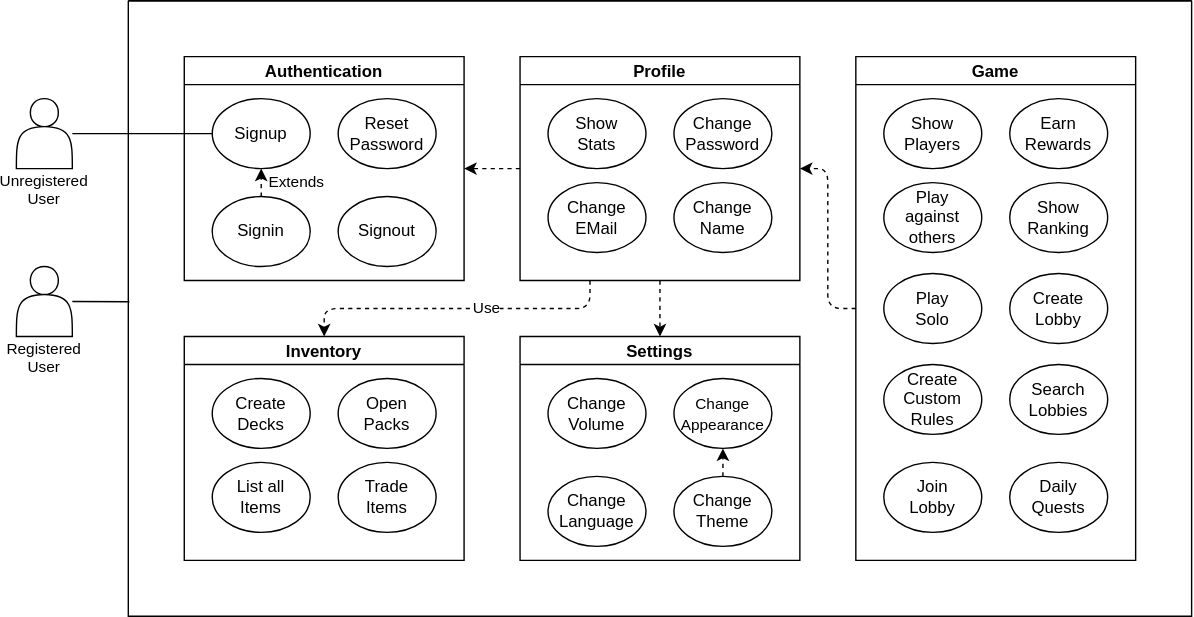
i3ene/decksterous keeps this draw.io diagram as diagrams/use_case_diagram.drawio.svg. Above is the earlier version. Source tidied: cells renumbered, new cells last; positions are measured from the earlier drawing's top-left corner, leaving out a move shared by most shapes. The source it was exported from:
```xml
<mxGraphModel background="#FFFFFF">
  <root>
    <mxCell id="0" />
    <mxCell id="1" parent="0" />
    <mxCell id="2" style="edgeStyle=none;html=1;endArrow=none;endFill=0;entryX=0.001;entryY=0.489;entryDx=0;entryDy=0;entryPerimeter=0;" parent="1" edge="1" source="3" target="6">
      <mxGeometry relative="1" as="geometry" />
    </mxCell>
    <mxCell id="3" value="Registered&lt;br style=&quot;font-size: 11px;&quot;&gt;User" style="shape=actor;whiteSpace=wrap;html=1;spacingTop=46;verticalAlign=top;fontSize=11;" parent="1" vertex="1">
      <mxGeometry y="190" width="40" height="50" as="geometry" />
    </mxCell>
    <mxCell id="4" value="Unregistered&lt;br style=&quot;font-size: 11px;&quot;&gt;User" style="shape=actor;whiteSpace=wrap;html=1;spacingTop=46;verticalAlign=top;fontSize=11;" parent="1" vertex="1">
      <mxGeometry y="70" width="40" height="50" as="geometry" />
    </mxCell>
    <mxCell id="5" style="edgeStyle=none;html=1;exitX=0;exitY=0.5;exitDx=0;exitDy=0;endArrow=none;endFill=0;" parent="1" edge="1" source="19" target="4">
      <mxGeometry relative="1" as="geometry" />
    </mxCell>
    <mxCell id="6" style="swimlane;startSize=0;" parent="1" vertex="1">
      <mxGeometry x="80" width="760" height="440" as="geometry" />
    </mxCell>
    <mxCell id="7" value="Settings" style="swimlane;startSize=20;" parent="6" vertex="1">
      <mxGeometry x="280" y="240" width="200" height="160" as="geometry" />
    </mxCell>
    <mxCell id="8" value="Change&lt;br&gt;Volume" style="ellipse;whiteSpace=wrap;html=1;" parent="7" vertex="1">
      <mxGeometry x="20" y="30" width="70" height="50" as="geometry" />
    </mxCell>
    <mxCell id="9" style="edgeStyle=orthogonalEdgeStyle;html=1;exitX=0.5;exitY=0;exitDx=0;exitDy=0;entryX=0.5;entryY=1;entryDx=0;entryDy=0;dashed=1;strokeWidth=1;" parent="7" edge="1" source="10" target="11">
      <mxGeometry relative="1" as="geometry" />
    </mxCell>
    <mxCell id="10" value="Change&lt;br&gt;Theme" style="ellipse;whiteSpace=wrap;html=1;" parent="7" vertex="1">
      <mxGeometry x="110" y="100" width="70" height="50" as="geometry" />
    </mxCell>
    <mxCell id="11" value="&lt;font style=&quot;font-size: 11px&quot;&gt;Change&lt;br&gt;Appearance&lt;/font&gt;" style="ellipse;whiteSpace=wrap;html=1;" parent="7" vertex="1">
      <mxGeometry x="110" y="30" width="70" height="50" as="geometry" />
    </mxCell>
    <mxCell id="12" value="Change&lt;br&gt;Language" style="ellipse;whiteSpace=wrap;html=1;" parent="7" vertex="1">
      <mxGeometry x="20" y="100" width="70" height="50" as="geometry" />
    </mxCell>
    <mxCell id="13" value="Inventory" style="swimlane;startSize=20;" parent="6" vertex="1">
      <mxGeometry x="40" y="240" width="200" height="160" as="geometry" />
    </mxCell>
    <mxCell id="14" value="Create Decks" style="ellipse;whiteSpace=wrap;html=1;" parent="13" vertex="1">
      <mxGeometry x="20" y="30" width="70" height="50" as="geometry" />
    </mxCell>
    <mxCell id="15" value="Open&lt;br&gt;Packs" style="ellipse;whiteSpace=wrap;html=1;" parent="13" vertex="1">
      <mxGeometry x="110" y="30" width="70" height="50" as="geometry" />
    </mxCell>
    <mxCell id="16" value="List all&lt;br&gt;Items" style="ellipse;whiteSpace=wrap;html=1;" parent="13" vertex="1">
      <mxGeometry x="20" y="90" width="70" height="50" as="geometry" />
    </mxCell>
    <mxCell id="17" value="Trade&lt;br&gt;Items" style="ellipse;whiteSpace=wrap;html=1;" parent="13" vertex="1">
      <mxGeometry x="110" y="90" width="70" height="50" as="geometry" />
    </mxCell>
    <mxCell id="18" value="Authentication" style="swimlane;startSize=20;" parent="6" vertex="1">
      <mxGeometry x="40" y="40" width="200" height="160" as="geometry" />
    </mxCell>
    <mxCell id="19" value="Signup" style="ellipse;whiteSpace=wrap;html=1;" parent="18" vertex="1">
      <mxGeometry x="20" y="30" width="70" height="50" as="geometry" />
    </mxCell>
    <mxCell id="20" value="Reset Password" style="ellipse;whiteSpace=wrap;html=1;" parent="18" vertex="1">
      <mxGeometry x="110" y="30" width="70" height="50" as="geometry" />
    </mxCell>
    <mxCell id="21" value="Extends" style="edgeStyle=orthogonalEdgeStyle;html=1;dashed=1;strokeWidth=1;" parent="18" edge="1" source="22" target="19">
      <mxGeometry y="-25" relative="1" as="geometry" />
    </mxCell>
    <mxCell id="22" value="Signin" style="ellipse;whiteSpace=wrap;html=1;" parent="18" vertex="1">
      <mxGeometry x="20" y="100" width="70" height="50" as="geometry" />
    </mxCell>
    <mxCell id="23" value="Signout" style="ellipse;whiteSpace=wrap;html=1;" parent="18" vertex="1">
      <mxGeometry x="110" y="100" width="70" height="50" as="geometry" />
    </mxCell>
    <mxCell id="24" style="edgeStyle=orthogonalEdgeStyle;html=1;exitX=0;exitY=0.5;exitDx=0;exitDy=0;entryX=1;entryY=0.5;entryDx=0;entryDy=0;dashed=1;strokeWidth=1;" parent="6" edge="1" source="25" target="40">
      <mxGeometry relative="1" as="geometry" />
    </mxCell>
    <mxCell id="25" value="Game" style="swimlane;startSize=20;" parent="6" vertex="1">
      <mxGeometry x="520" y="40" width="200" height="360" as="geometry" />
    </mxCell>
    <mxCell id="26" value="Play &lt;br&gt;against&lt;br&gt;others" style="ellipse;whiteSpace=wrap;html=1;" parent="25" vertex="1">
      <mxGeometry x="20" y="90" width="70" height="50" as="geometry" />
    </mxCell>
    <mxCell id="27" value="Earn Rewards" style="ellipse;whiteSpace=wrap;html=1;" parent="25" vertex="1">
      <mxGeometry x="110" y="30" width="70" height="50" as="geometry" />
    </mxCell>
    <mxCell id="28" value="Show Players" style="ellipse;whiteSpace=wrap;html=1;" parent="25" vertex="1">
      <mxGeometry x="20" y="30" width="70" height="50" as="geometry" />
    </mxCell>
    <mxCell id="29" value="Show&lt;br&gt;Ranking" style="ellipse;whiteSpace=wrap;html=1;" parent="25" vertex="1">
      <mxGeometry x="110" y="90" width="70" height="50" as="geometry" />
    </mxCell>
    <mxCell id="30" value="Play&lt;br&gt;Solo" style="ellipse;whiteSpace=wrap;html=1;" parent="25" vertex="1">
      <mxGeometry x="20" y="155" width="70" height="50" as="geometry" />
    </mxCell>
    <mxCell id="31" value="Create&lt;br&gt;Lobby" style="ellipse;whiteSpace=wrap;html=1;" parent="25" vertex="1">
      <mxGeometry x="110" y="155" width="70" height="50" as="geometry" />
    </mxCell>
    <mxCell id="32" value="Create&lt;br&gt;Custom Rules" style="ellipse;whiteSpace=wrap;html=1;" parent="25" vertex="1">
      <mxGeometry x="20" y="220" width="70" height="50" as="geometry" />
    </mxCell>
    <mxCell id="33" value="Search&lt;br&gt;Lobbies" style="ellipse;whiteSpace=wrap;html=1;" parent="25" vertex="1">
      <mxGeometry x="110" y="220" width="70" height="50" as="geometry" />
    </mxCell>
    <mxCell id="34" value="Join&lt;br&gt;Lobby" style="ellipse;whiteSpace=wrap;html=1;" parent="25" vertex="1">
      <mxGeometry x="20" y="290" width="70" height="50" as="geometry" />
    </mxCell>
    <mxCell id="35" value="Daily&lt;br&gt;Quests" style="ellipse;whiteSpace=wrap;html=1;" parent="25" vertex="1">
      <mxGeometry x="110" y="290" width="70" height="50" as="geometry" />
    </mxCell>
    <mxCell id="36" style="edgeStyle=orthogonalEdgeStyle;html=1;exitX=0.25;exitY=1;exitDx=0;exitDy=0;entryX=0.5;entryY=0;entryDx=0;entryDy=0;dashed=1;strokeWidth=1;" parent="6" edge="1" source="40" target="13">
      <mxGeometry relative="1" as="geometry" />
    </mxCell>
    <mxCell id="37" value="Use" style="edgeLabel;html=1;align=center;verticalAlign=middle;" parent="36" vertex="1">
      <mxGeometry x="-0.18" y="-3" relative="1" as="geometry">
        <mxPoint y="3" as="offset" />
      </mxGeometry>
    </mxCell>
    <mxCell id="38" style="edgeStyle=orthogonalEdgeStyle;html=1;exitX=0;exitY=0.5;exitDx=0;exitDy=0;entryX=1;entryY=0.5;entryDx=0;entryDy=0;dashed=1;strokeWidth=1;" parent="6" edge="1" source="40" target="18">
      <mxGeometry relative="1" as="geometry" />
    </mxCell>
    <mxCell id="39" style="edgeStyle=orthogonalEdgeStyle;html=1;exitX=0.5;exitY=1;exitDx=0;exitDy=0;entryX=0.5;entryY=0;entryDx=0;entryDy=0;dashed=1;strokeWidth=1;" parent="6" edge="1" source="40" target="7">
      <mxGeometry relative="1" as="geometry" />
    </mxCell>
    <mxCell id="40" value="Profile" style="swimlane;startSize=20;" parent="6" vertex="1">
      <mxGeometry x="280" y="40" width="200" height="160" as="geometry" />
    </mxCell>
    <mxCell id="41" value="Show&lt;br&gt;Stats" style="ellipse;whiteSpace=wrap;html=1;" parent="40" vertex="1">
      <mxGeometry x="20" y="30" width="70" height="50" as="geometry" />
    </mxCell>
    <mxCell id="42" value="Change&lt;br&gt;Password" style="ellipse;whiteSpace=wrap;html=1;" parent="40" vertex="1">
      <mxGeometry x="110" y="30" width="70" height="50" as="geometry" />
    </mxCell>
    <mxCell id="43" value="Change&lt;br&gt;EMail" style="ellipse;whiteSpace=wrap;html=1;" parent="40" vertex="1">
      <mxGeometry x="20" y="90" width="70" height="50" as="geometry" />
    </mxCell>
    <mxCell id="44" value="Change&lt;br&gt;Name" style="ellipse;whiteSpace=wrap;html=1;" parent="40" vertex="1">
      <mxGeometry x="110" y="90" width="70" height="50" as="geometry" />
    </mxCell>
  </root>
</mxGraphModel>
```
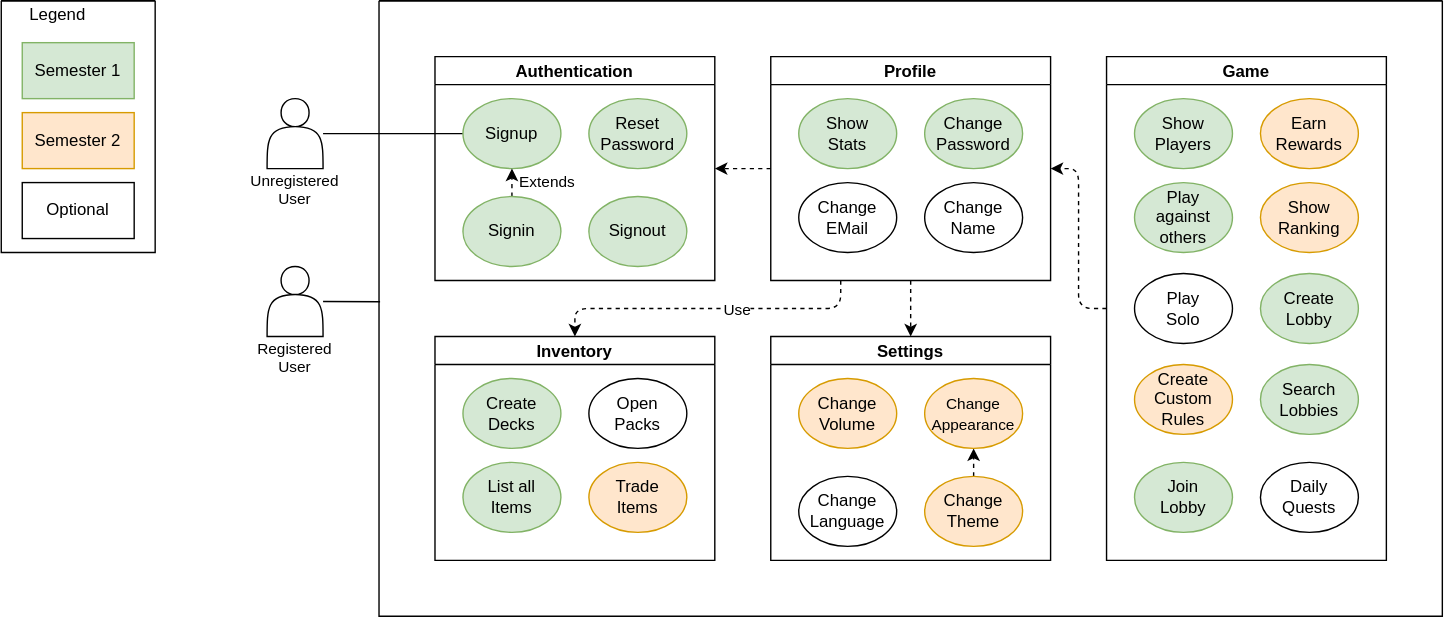
After the change.

Commit message:
Updated UCD with legend

Change to the diagram source:
```diff
@@ -20,16 +20,16 @@
     <mxCell id="7" value="Settings" style="swimlane;startSize=20;" parent="6" vertex="1">
       <mxGeometry x="280" y="240" width="200" height="160" as="geometry" />
     </mxCell>
-    <mxCell id="8" value="Change&lt;br&gt;Volume" style="ellipse;whiteSpace=wrap;html=1;" parent="7" vertex="1">
+    <mxCell id="8" value="Change&lt;br&gt;Volume" style="ellipse;whiteSpace=wrap;html=1;fillColor=#ffe6cc;strokeColor=#d79b00;" parent="7" vertex="1">
       <mxGeometry x="20" y="30" width="70" height="50" as="geometry" />
     </mxCell>
     <mxCell id="9" style="edgeStyle=orthogonalEdgeStyle;html=1;exitX=0.5;exitY=0;exitDx=0;exitDy=0;entryX=0.5;entryY=1;entryDx=0;entryDy=0;dashed=1;strokeWidth=1;" parent="7" edge="1" source="10" target="11">
       <mxGeometry relative="1" as="geometry" />
     </mxCell>
-    <mxCell id="10" value="Change&lt;br&gt;Theme" style="ellipse;whiteSpace=wrap;html=1;" parent="7" vertex="1">
+    <mxCell id="10" value="Change&lt;br&gt;Theme" style="ellipse;whiteSpace=wrap;html=1;fillColor=#ffe6cc;strokeColor=#d79b00;" parent="7" vertex="1">
       <mxGeometry x="110" y="100" width="70" height="50" as="geometry" />
     </mxCell>
-    <mxCell id="11" value="&lt;font style=&quot;font-size: 11px&quot;&gt;Change&lt;br&gt;Appearance&lt;/font&gt;" style="ellipse;whiteSpace=wrap;html=1;" parent="7" vertex="1">
+    <mxCell id="11" value="&lt;font style=&quot;font-size: 11px&quot;&gt;Change&lt;br&gt;Appearance&lt;/font&gt;" style="ellipse;whiteSpace=wrap;html=1;fillColor=#ffe6cc;strokeColor=#d79b00;" parent="7" vertex="1">
       <mxGeometry x="110" y="30" width="70" height="50" as="geometry" />
     </mxCell>
     <mxCell id="12" value="Change&lt;br&gt;Language" style="ellipse;whiteSpace=wrap;html=1;" parent="7" vertex="1">
@@ -38,34 +38,34 @@
     <mxCell id="13" value="Inventory" style="swimlane;startSize=20;" parent="6" vertex="1">
       <mxGeometry x="40" y="240" width="200" height="160" as="geometry" />
     </mxCell>
-    <mxCell id="14" value="Create Decks" style="ellipse;whiteSpace=wrap;html=1;" parent="13" vertex="1">
+    <mxCell id="14" value="Create Decks" style="ellipse;whiteSpace=wrap;html=1;fillColor=#d5e8d4;strokeColor=#82b366;" parent="13" vertex="1">
       <mxGeometry x="20" y="30" width="70" height="50" as="geometry" />
     </mxCell>
     <mxCell id="15" value="Open&lt;br&gt;Packs" style="ellipse;whiteSpace=wrap;html=1;" parent="13" vertex="1">
       <mxGeometry x="110" y="30" width="70" height="50" as="geometry" />
     </mxCell>
-    <mxCell id="16" value="List all&lt;br&gt;Items" style="ellipse;whiteSpace=wrap;html=1;" parent="13" vertex="1">
+    <mxCell id="16" value="List all&lt;br&gt;Items" style="ellipse;whiteSpace=wrap;html=1;fillColor=#d5e8d4;strokeColor=#82b366;" parent="13" vertex="1">
       <mxGeometry x="20" y="90" width="70" height="50" as="geometry" />
     </mxCell>
-    <mxCell id="17" value="Trade&lt;br&gt;Items" style="ellipse;whiteSpace=wrap;html=1;" parent="13" vertex="1">
+    <mxCell id="17" value="Trade&lt;br&gt;Items" style="ellipse;whiteSpace=wrap;html=1;fillColor=#ffe6cc;strokeColor=#d79b00;" parent="13" vertex="1">
       <mxGeometry x="110" y="90" width="70" height="50" as="geometry" />
     </mxCell>
     <mxCell id="18" value="Authentication" style="swimlane;startSize=20;" parent="6" vertex="1">
       <mxGeometry x="40" y="40" width="200" height="160" as="geometry" />
     </mxCell>
-    <mxCell id="19" value="Signup" style="ellipse;whiteSpace=wrap;html=1;" parent="18" vertex="1">
+    <mxCell id="19" value="Signup" style="ellipse;whiteSpace=wrap;html=1;fillColor=#d5e8d4;strokeColor=#82b366;" parent="18" vertex="1">
       <mxGeometry x="20" y="30" width="70" height="50" as="geometry" />
     </mxCell>
-    <mxCell id="20" value="Reset Password" style="ellipse;whiteSpace=wrap;html=1;" parent="18" vertex="1">
+    <mxCell id="20" value="Reset Password" style="ellipse;whiteSpace=wrap;html=1;fillColor=#d5e8d4;strokeColor=#82b366;" parent="18" vertex="1">
       <mxGeometry x="110" y="30" width="70" height="50" as="geometry" />
     </mxCell>
     <mxCell id="21" value="Extends" style="edgeStyle=orthogonalEdgeStyle;html=1;dashed=1;strokeWidth=1;" parent="18" edge="1" source="22" target="19">
       <mxGeometry y="-25" relative="1" as="geometry" />
     </mxCell>
-    <mxCell id="22" value="Signin" style="ellipse;whiteSpace=wrap;html=1;" parent="18" vertex="1">
+    <mxCell id="22" value="Signin" style="ellipse;whiteSpace=wrap;html=1;fillColor=#d5e8d4;strokeColor=#82b366;" parent="18" vertex="1">
       <mxGeometry x="20" y="100" width="70" height="50" as="geometry" />
     </mxCell>
-    <mxCell id="23" value="Signout" style="ellipse;whiteSpace=wrap;html=1;" parent="18" vertex="1">
+    <mxCell id="23" value="Signout" style="ellipse;whiteSpace=wrap;html=1;fillColor=#d5e8d4;strokeColor=#82b366;" parent="18" vertex="1">
       <mxGeometry x="110" y="100" width="70" height="50" as="geometry" />
     </mxCell>
     <mxCell id="24" style="edgeStyle=orthogonalEdgeStyle;html=1;exitX=0;exitY=0.5;exitDx=0;exitDy=0;entryX=1;entryY=0.5;entryDx=0;entryDy=0;dashed=1;strokeWidth=1;" parent="6" edge="1" source="25" target="40">
@@ -74,31 +74,31 @@
     <mxCell id="25" value="Game" style="swimlane;startSize=20;" parent="6" vertex="1">
       <mxGeometry x="520" y="40" width="200" height="360" as="geometry" />
     </mxCell>
-    <mxCell id="26" value="Play &lt;br&gt;against&lt;br&gt;others" style="ellipse;whiteSpace=wrap;html=1;" parent="25" vertex="1">
+    <mxCell id="26" value="Play &lt;br&gt;against&lt;br&gt;others" style="ellipse;whiteSpace=wrap;html=1;fillColor=#d5e8d4;strokeColor=#82b366;" parent="25" vertex="1">
       <mxGeometry x="20" y="90" width="70" height="50" as="geometry" />
     </mxCell>
-    <mxCell id="27" value="Earn Rewards" style="ellipse;whiteSpace=wrap;html=1;" parent="25" vertex="1">
+    <mxCell id="27" value="Earn Rewards" style="ellipse;whiteSpace=wrap;html=1;fillColor=#ffe6cc;strokeColor=#d79b00;" parent="25" vertex="1">
       <mxGeometry x="110" y="30" width="70" height="50" as="geometry" />
     </mxCell>
-    <mxCell id="28" value="Show Players" style="ellipse;whiteSpace=wrap;html=1;" parent="25" vertex="1">
+    <mxCell id="28" value="Show Players" style="ellipse;whiteSpace=wrap;html=1;fillColor=#d5e8d4;strokeColor=#82b366;" parent="25" vertex="1">
       <mxGeometry x="20" y="30" width="70" height="50" as="geometry" />
     </mxCell>
-    <mxCell id="29" value="Show&lt;br&gt;Ranking" style="ellipse;whiteSpace=wrap;html=1;" parent="25" vertex="1">
+    <mxCell id="29" value="Show&lt;br&gt;Ranking" style="ellipse;whiteSpace=wrap;html=1;fillColor=#ffe6cc;strokeColor=#d79b00;" parent="25" vertex="1">
       <mxGeometry x="110" y="90" width="70" height="50" as="geometry" />
     </mxCell>
     <mxCell id="30" value="Play&lt;br&gt;Solo" style="ellipse;whiteSpace=wrap;html=1;" parent="25" vertex="1">
       <mxGeometry x="20" y="155" width="70" height="50" as="geometry" />
     </mxCell>
-    <mxCell id="31" value="Create&lt;br&gt;Lobby" style="ellipse;whiteSpace=wrap;html=1;" parent="25" vertex="1">
+    <mxCell id="31" value="Create&lt;br&gt;Lobby" style="ellipse;whiteSpace=wrap;html=1;fillColor=#d5e8d4;strokeColor=#82b366;" parent="25" vertex="1">
       <mxGeometry x="110" y="155" width="70" height="50" as="geometry" />
     </mxCell>
-    <mxCell id="32" value="Create&lt;br&gt;Custom Rules" style="ellipse;whiteSpace=wrap;html=1;" parent="25" vertex="1">
+    <mxCell id="32" value="Create&lt;br&gt;Custom Rules" style="ellipse;whiteSpace=wrap;html=1;fillColor=#ffe6cc;strokeColor=#d79b00;" parent="25" vertex="1">
       <mxGeometry x="20" y="220" width="70" height="50" as="geometry" />
     </mxCell>
-    <mxCell id="33" value="Search&lt;br&gt;Lobbies" style="ellipse;whiteSpace=wrap;html=1;" parent="25" vertex="1">
+    <mxCell id="33" value="Search&lt;br&gt;Lobbies" style="ellipse;whiteSpace=wrap;html=1;fillColor=#d5e8d4;strokeColor=#82b366;" parent="25" vertex="1">
       <mxGeometry x="110" y="220" width="70" height="50" as="geometry" />
     </mxCell>
-    <mxCell id="34" value="Join&lt;br&gt;Lobby" style="ellipse;whiteSpace=wrap;html=1;" parent="25" vertex="1">
+    <mxCell id="34" value="Join&lt;br&gt;Lobby" style="ellipse;whiteSpace=wrap;html=1;fillColor=#d5e8d4;strokeColor=#82b366;" parent="25" vertex="1">
       <mxGeometry x="20" y="290" width="70" height="50" as="geometry" />
     </mxCell>
     <mxCell id="35" value="Daily&lt;br&gt;Quests" style="ellipse;whiteSpace=wrap;html=1;" parent="25" vertex="1">
@@ -121,10 +121,10 @@
     <mxCell id="40" value="Profile" style="swimlane;startSize=20;" parent="6" vertex="1">
       <mxGeometry x="280" y="40" width="200" height="160" as="geometry" />
     </mxCell>
-    <mxCell id="41" value="Show&lt;br&gt;Stats" style="ellipse;whiteSpace=wrap;html=1;" parent="40" vertex="1">
+    <mxCell id="41" value="Show&lt;br&gt;Stats" style="ellipse;whiteSpace=wrap;html=1;fillColor=#d5e8d4;strokeColor=#82b366;" parent="40" vertex="1">
       <mxGeometry x="20" y="30" width="70" height="50" as="geometry" />
     </mxCell>
-    <mxCell id="42" value="Change&lt;br&gt;Password" style="ellipse;whiteSpace=wrap;html=1;" parent="40" vertex="1">
+    <mxCell id="42" value="Change&lt;br&gt;Password" style="ellipse;whiteSpace=wrap;html=1;fillColor=#d5e8d4;strokeColor=#82b366;" parent="40" vertex="1">
       <mxGeometry x="110" y="30" width="70" height="50" as="geometry" />
     </mxCell>
     <mxCell id="43" value="Change&lt;br&gt;EMail" style="ellipse;whiteSpace=wrap;html=1;" parent="40" vertex="1">
@@ -133,5 +133,20 @@
     <mxCell id="44" value="Change&lt;br&gt;Name" style="ellipse;whiteSpace=wrap;html=1;" parent="40" vertex="1">
       <mxGeometry x="110" y="90" width="70" height="50" as="geometry" />
     </mxCell>
+    <mxCell id="45" style="swimlane;startSize=0;" parent="1" vertex="1">
+      <mxGeometry x="-190" width="110" height="180" as="geometry" />
+    </mxCell>
+    <mxCell id="46" value="Legend" style="text;html=1;align=center;verticalAlign=middle;strokeColor=none;fillColor=none;" parent="45" vertex="1">
+      <mxGeometry x="10" width="60" height="20" as="geometry" />
+    </mxCell>
+    <mxCell id="47" value="Semester 1" style="rounded=0;whiteSpace=wrap;html=1;fillColor=#d5e8d4;strokeColor=#82b366;" parent="45" vertex="1">
+      <mxGeometry x="15" y="30" width="80" height="40" as="geometry" />
+    </mxCell>
+    <mxCell id="48" value="Semester 2" style="rounded=0;whiteSpace=wrap;html=1;fillColor=#ffe6cc;strokeColor=#d79b00;" parent="45" vertex="1">
+      <mxGeometry x="15" y="80" width="80" height="40" as="geometry" />
+    </mxCell>
+    <mxCell id="49" value="Optional" style="rounded=0;whiteSpace=wrap;html=1;" parent="45" vertex="1">
+      <mxGeometry x="15" y="130" width="80" height="40" as="geometry" />
+    </mxCell>
   </root>
 </mxGraphModel>
```
